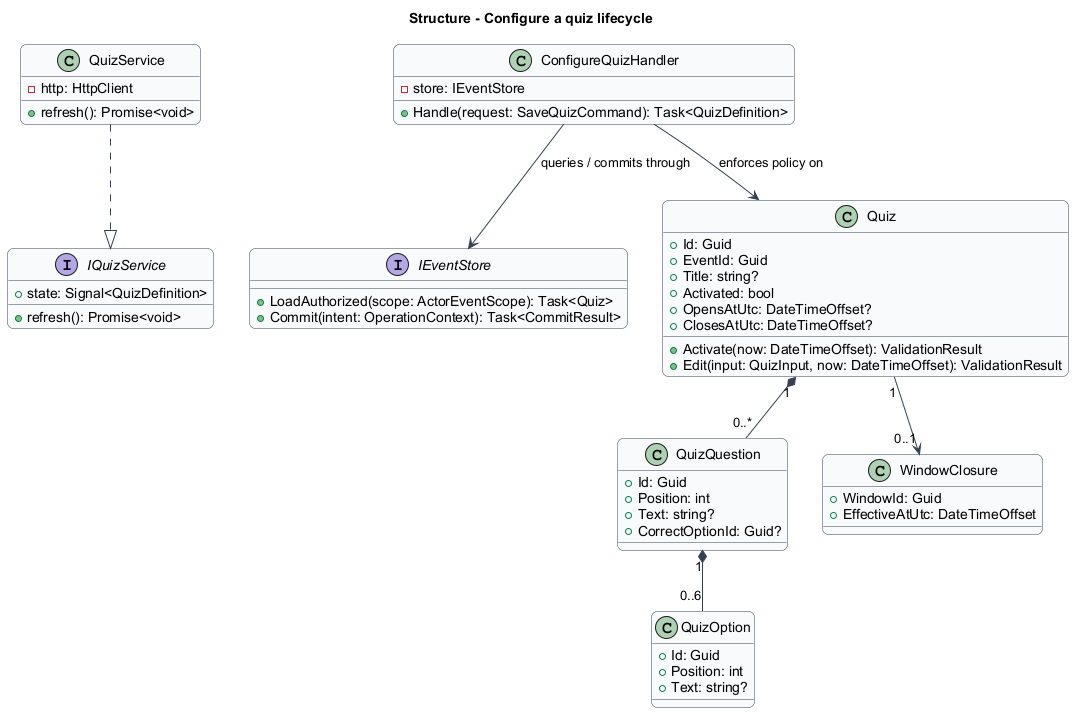
Before: docs/detailed-designs/quizzes/configure-quiz/diagrams/classes.png, a diagram exported from PlantUML (QuinntyneBrown/faithtech-toronto-ai-build-event).
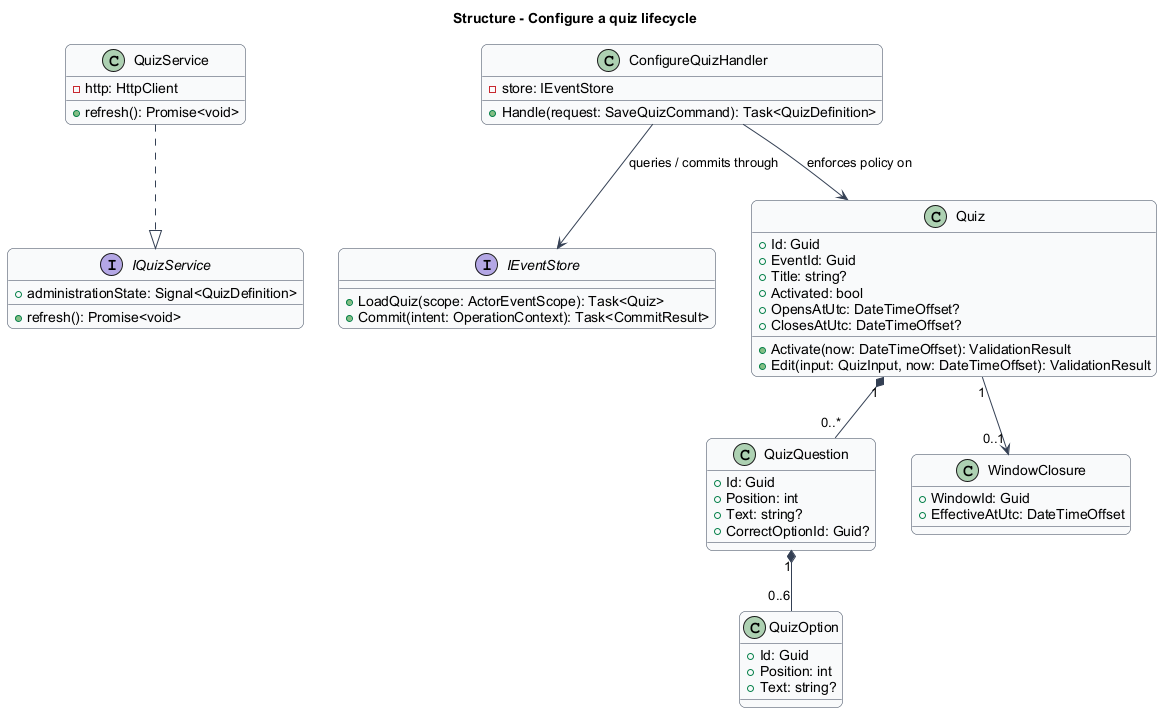
Later version of the same file.

What changed in the source:
```diff
@@ -10,7 +10,7 @@
 skinparam maxMessageSize 180
 title Structure - Configure a quiz lifecycle
 interface IQuizService {
-  +state: Signal<QuizDefinition>
+  +administrationState: Signal<QuizDefinition>
   +refresh(): Promise<void>
 }
 class QuizService {
@@ -22,7 +22,7 @@
   +Handle(request: SaveQuizCommand): Task<QuizDefinition>
 }
 interface IEventStore {
-  +LoadAuthorized(scope: ActorEventScope): Task<Quiz>
+  +LoadQuiz(scope: ActorEventScope): Task<Quiz>
   +Commit(intent: OperationContext): Task<CommitResult>
 }
 class Quiz {
```
